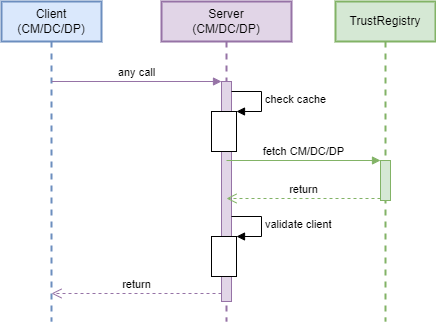
This is seqDiagram/clientValidation.png from iSPIRT/DEPA, a draw.io export, as it was before one commit. Source tidied: cells renumbered, new cells last; positions are measured from the earlier drawing's top-left corner, leaving out a move shared by most shapes. The source it was exported from:
```xml
<mxGraphModel>
  <root>
    <mxCell id="0" />
    <mxCell id="1" parent="0" />
    <mxCell id="2" value="Client&lt;br&gt;(CM/DC/DP)" style="shape=umlLifeline;perimeter=lifelinePerimeter;whiteSpace=wrap;html=1;outlineConnect=0;fillColor=#dae8fc;strokeColor=#6c8ebf;strokeWidth=2;fontSize=12;" parent="1" vertex="1">
      <mxGeometry width="100" height="320" as="geometry" />
    </mxCell>
    <mxCell id="3" value="Server&lt;br&gt;(CM/DC/DP)" style="shape=umlLifeline;perimeter=lifelinePerimeter;whiteSpace=wrap;html=1;fillColor=#e1d5e7;strokeColor=#9673a6;strokeWidth=2;fontSize=12;" parent="1" vertex="1">
      <mxGeometry x="160" width="130" height="320" as="geometry" />
    </mxCell>
    <mxCell id="4" style="html=1;points=[];perimeter=orthogonalPerimeter;fillColor=#e1d5e7;strokeColor=#9673a6;" parent="3" vertex="1">
      <mxGeometry x="60" y="80" width="10" height="220" as="geometry" />
    </mxCell>
    <mxCell id="5" style="html=1;points=[];perimeter=orthogonalPerimeter;" parent="3" vertex="1">
      <mxGeometry x="50" y="235" width="25" height="40" as="geometry" />
    </mxCell>
    <mxCell id="6" value="validate client" style="edgeStyle=orthogonalEdgeStyle;html=1;align=left;spacingLeft=2;endArrow=block;rounded=0;entryX=1;entryY=0;" parent="3" edge="1" target="5">
      <mxGeometry relative="1" as="geometry">
        <mxPoint x="70" y="215" as="sourcePoint" />
        <Array as="points">
          <mxPoint x="100" y="215" />
        </Array>
      </mxGeometry>
    </mxCell>
    <mxCell id="7" style="html=1;points=[];perimeter=orthogonalPerimeter;" parent="3" vertex="1">
      <mxGeometry x="50" y="110" width="25" height="40" as="geometry" />
    </mxCell>
    <mxCell id="8" value="check cache" style="edgeStyle=orthogonalEdgeStyle;html=1;align=left;spacingLeft=2;endArrow=block;rounded=0;entryX=1;entryY=0;" parent="3" edge="1" target="7">
      <mxGeometry relative="1" as="geometry">
        <mxPoint x="70" y="90" as="sourcePoint" />
        <Array as="points">
          <mxPoint x="100" y="90" />
        </Array>
      </mxGeometry>
    </mxCell>
    <mxCell id="9" value="TrustRegistry" style="shape=umlLifeline;perimeter=lifelinePerimeter;whiteSpace=wrap;html=1;fillColor=#d5e8d4;strokeColor=#82b366;strokeWidth=2;fontSize=12;" parent="1" vertex="1">
      <mxGeometry x="334" width="100" height="320" as="geometry" />
    </mxCell>
    <mxCell id="10" style="html=1;points=[];perimeter=orthogonalPerimeter;fillColor=#d5e8d4;strokeColor=#82b366;" parent="9" vertex="1">
      <mxGeometry x="45" y="159" width="10" height="40" as="geometry" />
    </mxCell>
    <mxCell id="11" value="any call" style="html=1;verticalAlign=bottom;endArrow=block;entryX=0;entryY=0;rounded=0;fillColor=#e1d5e7;strokeColor=#9673a6;" parent="1" edge="1" source="2" target="4">
      <mxGeometry relative="1" as="geometry" />
    </mxCell>
    <mxCell id="12" value="return" style="html=1;verticalAlign=bottom;endArrow=open;dashed=1;endSize=8;exitX=0;exitY=0.95;rounded=0;fillColor=#e1d5e7;strokeColor=#9673a6;" parent="1" edge="1">
      <mxGeometry relative="1" as="geometry">
        <mxPoint x="220" y="292" as="sourcePoint" />
        <mxPoint x="50" y="292" as="targetPoint" />
      </mxGeometry>
    </mxCell>
    <mxCell id="13" value="fetch CM/DC/DP" style="html=1;verticalAlign=bottom;endArrow=block;entryX=0;entryY=0;rounded=0;fillColor=#d5e8d4;strokeColor=#82b366;" parent="1" edge="1" target="10">
      <mxGeometry relative="1" as="geometry">
        <mxPoint x="225" y="159" as="sourcePoint" />
      </mxGeometry>
    </mxCell>
    <mxCell id="14" value="return" style="html=1;verticalAlign=bottom;endArrow=open;dashed=1;endSize=8;exitX=0;exitY=0.95;rounded=0;fillColor=#d5e8d4;strokeColor=#82b366;" parent="1" edge="1" source="10">
      <mxGeometry relative="1" as="geometry">
        <mxPoint x="225" y="197" as="targetPoint" />
      </mxGeometry>
    </mxCell>
  </root>
</mxGraphModel>
```
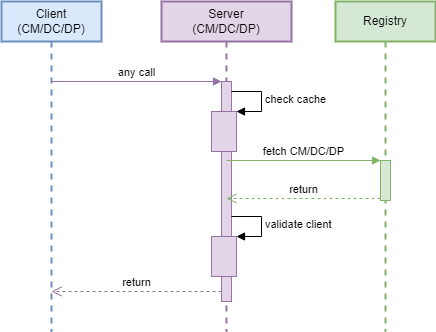
Above is the later version.

What changed in the source:
```diff
@@ -1,17 +1,17 @@
-<mxGraphModel>
+<mxGraphModel background="#FFFFFF">
   <root>
     <mxCell id="0" />
     <mxCell id="1" parent="0" />
     <mxCell id="2" value="Client&lt;br&gt;(CM/DC/DP)" style="shape=umlLifeline;perimeter=lifelinePerimeter;whiteSpace=wrap;html=1;outlineConnect=0;fillColor=#dae8fc;strokeColor=#6c8ebf;strokeWidth=2;fontSize=12;" parent="1" vertex="1">
-      <mxGeometry width="100" height="320" as="geometry" />
+      <mxGeometry width="100" height="330" as="geometry" />
     </mxCell>
     <mxCell id="3" value="Server&lt;br&gt;(CM/DC/DP)" style="shape=umlLifeline;perimeter=lifelinePerimeter;whiteSpace=wrap;html=1;fillColor=#e1d5e7;strokeColor=#9673a6;strokeWidth=2;fontSize=12;" parent="1" vertex="1">
-      <mxGeometry x="160" width="130" height="320" as="geometry" />
+      <mxGeometry x="160" width="130" height="330" as="geometry" />
     </mxCell>
     <mxCell id="4" style="html=1;points=[];perimeter=orthogonalPerimeter;fillColor=#e1d5e7;strokeColor=#9673a6;" parent="3" vertex="1">
       <mxGeometry x="60" y="80" width="10" height="220" as="geometry" />
     </mxCell>
-    <mxCell id="5" style="html=1;points=[];perimeter=orthogonalPerimeter;" parent="3" vertex="1">
+    <mxCell id="5" style="html=1;points=[];perimeter=orthogonalPerimeter;fillColor=#e1d5e7;strokeColor=#9673a6;" parent="3" vertex="1">
       <mxGeometry x="50" y="235" width="25" height="40" as="geometry" />
     </mxCell>
     <mxCell id="6" value="validate client" style="edgeStyle=orthogonalEdgeStyle;html=1;align=left;spacingLeft=2;endArrow=block;rounded=0;entryX=1;entryY=0;" parent="3" edge="1" target="5">
@@ -22,7 +22,7 @@
         </Array>
       </mxGeometry>
     </mxCell>
-    <mxCell id="7" style="html=1;points=[];perimeter=orthogonalPerimeter;" parent="3" vertex="1">
+    <mxCell id="7" style="html=1;points=[];perimeter=orthogonalPerimeter;fillColor=#e1d5e7;strokeColor=#9673a6;" parent="3" vertex="1">
       <mxGeometry x="50" y="110" width="25" height="40" as="geometry" />
     </mxCell>
     <mxCell id="8" value="check cache" style="edgeStyle=orthogonalEdgeStyle;html=1;align=left;spacingLeft=2;endArrow=block;rounded=0;entryX=1;entryY=0;" parent="3" edge="1" target="7">
@@ -33,8 +33,8 @@
         </Array>
       </mxGeometry>
     </mxCell>
-    <mxCell id="9" value="TrustRegistry" style="shape=umlLifeline;perimeter=lifelinePerimeter;whiteSpace=wrap;html=1;fillColor=#d5e8d4;strokeColor=#82b366;strokeWidth=2;fontSize=12;" parent="1" vertex="1">
-      <mxGeometry x="334" width="100" height="320" as="geometry" />
+    <mxCell id="9" value="Registry" style="shape=umlLifeline;perimeter=lifelinePerimeter;whiteSpace=wrap;html=1;fillColor=#d5e8d4;strokeColor=#82b366;strokeWidth=2;fontSize=12;" parent="1" vertex="1">
+      <mxGeometry x="334" width="100" height="330" as="geometry" />
     </mxCell>
     <mxCell id="10" style="html=1;points=[];perimeter=orthogonalPerimeter;fillColor=#d5e8d4;strokeColor=#82b366;" parent="9" vertex="1">
       <mxGeometry x="45" y="159" width="10" height="40" as="geometry" />
@@ -44,8 +44,8 @@
     </mxCell>
     <mxCell id="12" value="return" style="html=1;verticalAlign=bottom;endArrow=open;dashed=1;endSize=8;exitX=0;exitY=0.95;rounded=0;fillColor=#e1d5e7;strokeColor=#9673a6;" parent="1" edge="1">
       <mxGeometry relative="1" as="geometry">
-        <mxPoint x="220" y="292" as="sourcePoint" />
-        <mxPoint x="50" y="292" as="targetPoint" />
+        <mxPoint x="220" y="290" as="sourcePoint" />
+        <mxPoint x="50" y="290" as="targetPoint" />
       </mxGeometry>
     </mxCell>
     <mxCell id="13" value="fetch CM/DC/DP" style="html=1;verticalAlign=bottom;endArrow=block;entryX=0;entryY=0;rounded=0;fillColor=#d5e8d4;strokeColor=#82b366;" parent="1" edge="1" target="10">
```
